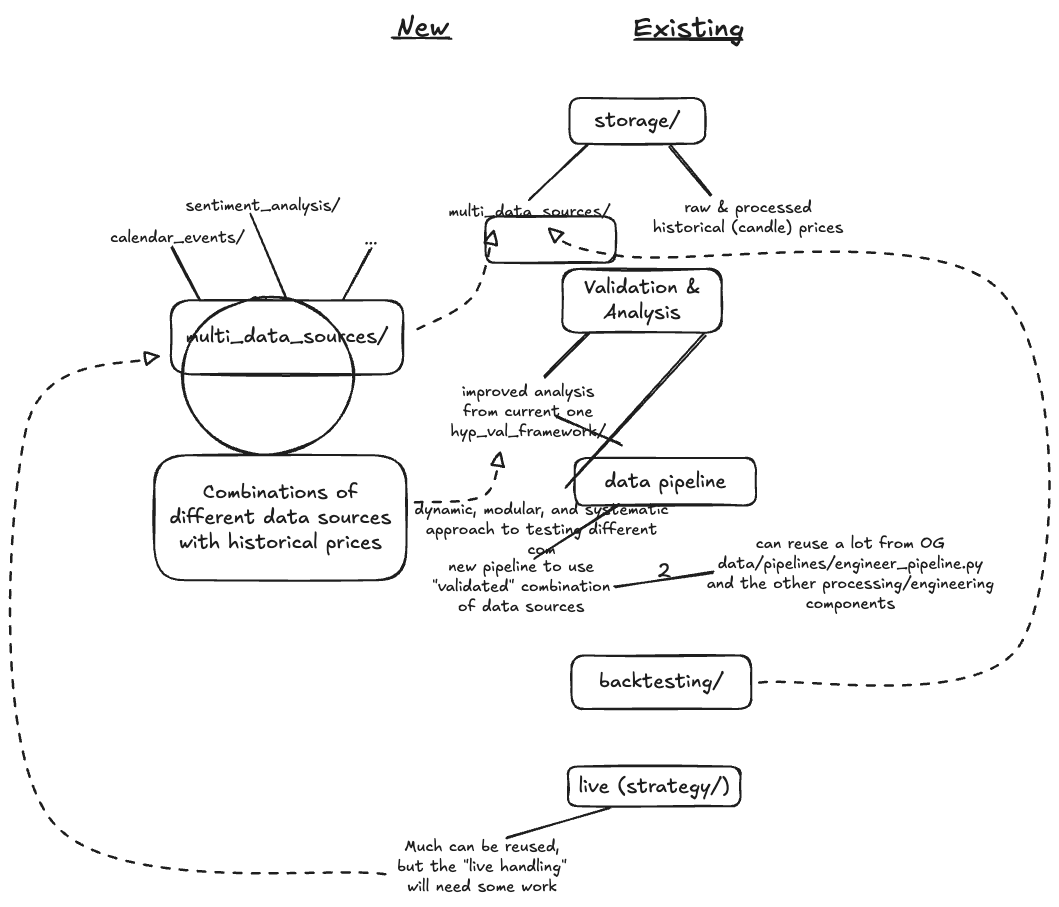
Earlier version of the Excalidraw export excalidraw/design_multi_data_source.excalidraw.png (DanielWestgaard/ml-pred). Source tidied: one line per element, renumbered; positions are measured from the earlier drawing's top-left corner, leaving out a move shared by most shapes.
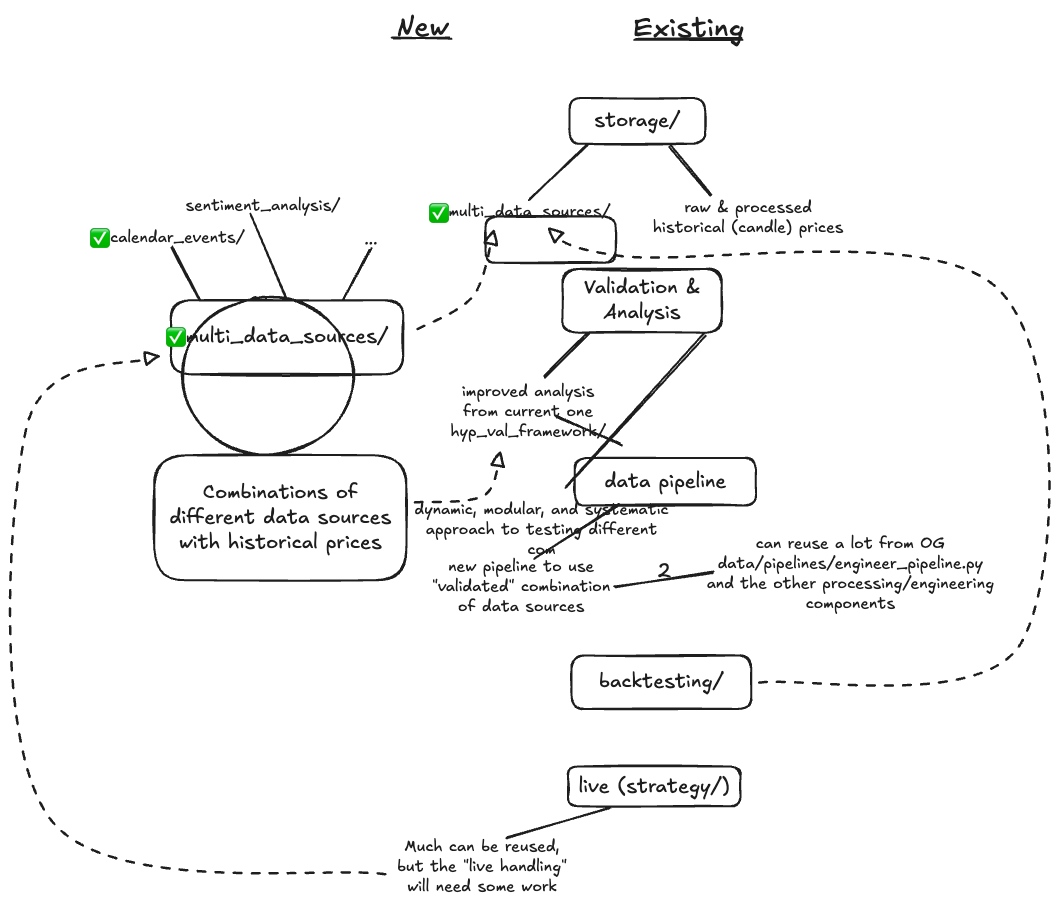
Later version of the same file.

Commit message:
short checks of what is already done

Change to the diagram source:
```diff
@@ -38,3 +38,6 @@
 {"id": 37, "type": "arrow", "strokeColor": "#1e1e1e", "strokeWidth": 2, "strokeStyle": "dashed", "roughness": 1, "endArrowhead": "triangle_outline", "round": true, "from": 26, "to": 0, "x": 358, "y": 865, "width": 358, "height": 518, "points": [[0, 0], [-331, -54], [-358, -447], [-225, -518]]}
 {"id": 38, "type": "line", "strokeColor": "#1e1e1e", "strokeWidth": 2, "roughness": 1, "round": true, "x": 367, "y": 28, "width": 56, "height": 0, "points": [[0, 0], [56, 0]]}
 {"id": 39, "type": "line", "strokeColor": "#1e1e1e", "strokeWidth": 2, "roughness": 1, "round": true, "x": 609, "y": 29, "width": 108, "height": 0, "points": [[0, 0], [108, 0]]}
+{"id": 40, "type": "text", "text": "✅", "strokeColor": "#1e1e1e", "strokeWidth": 2, "roughness": 1, "fontSize": 16, "fontFamily": 5, "textAlign": "center", "x": 63, "y": 220, "width": 20, "height": 20}
+{"id": 41, "type": "text", "text": "✅", "strokeColor": "#1e1e1e", "strokeWidth": 2, "roughness": 1, "fontSize": 16, "fontFamily": 5, "textAlign": "center", "x": 139, "y": 318, "width": 20, "height": 20}
+{"id": 42, "type": "text", "text": "✅", "strokeColor": "#1e1e1e", "strokeWidth": 2, "roughness": 1, "fontSize": 16, "fontFamily": 5, "textAlign": "center", "x": 403, "y": 195, "width": 20, "height": 20}
```
